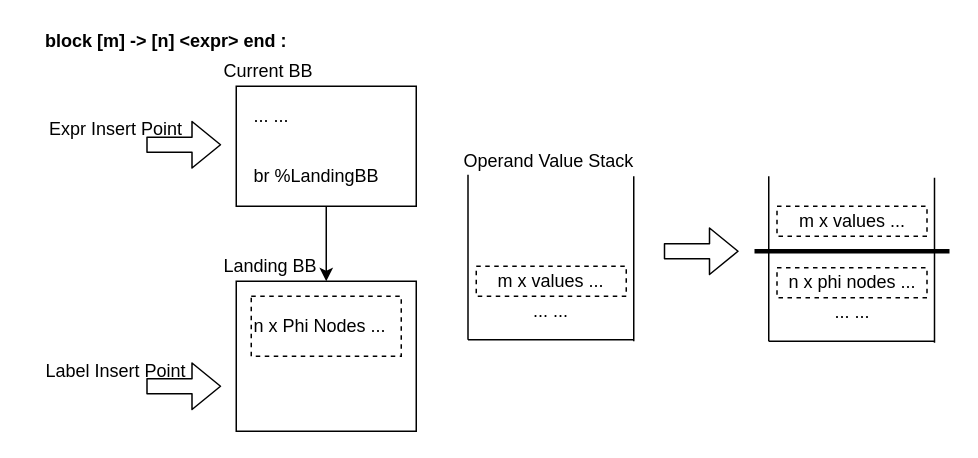
This is Images/4.MIR/translate-block.drawio from NineKa/sable-wasm-thesis, a draw.io file, before an edit. Source tidied: cells renumbered, new cells numbered last; positions are measured from the earlier drawing's top-left corner, leaving out a move shared by most shapes. Both pictures are drawn from the tidied source at 150%, with x=0, y=0 at pixel (40, 26).
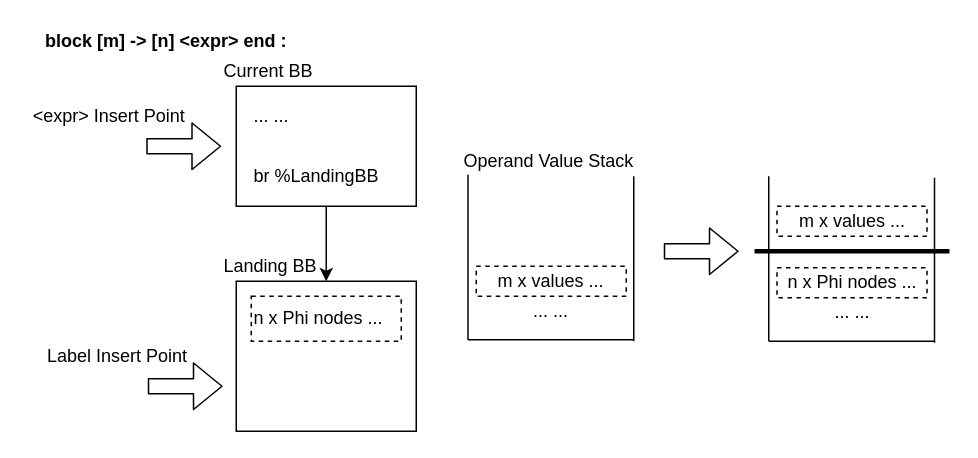
The same diagram, later.

What changed in the source:
```diff
@@
-    <mxCell id="8" value="n x Phi Nodes ..." style="rounded=0;whiteSpace=wrap;html=1;dashed=1;align=left;" parent="1" vertex="1">
-      <mxGeometry x="140" y="180" width="100" height="40" as="geometry" />
+    <mxCell id="8" value="n x Phi nodes ..." style="rounded=0;whiteSpace=wrap;html=1;dashed=1;align=left;" parent="1" vertex="1">
+      <mxGeometry x="140" y="180" width="100" height="30" as="geometry" />
     </mxCell>
     <mxCell id="9" style="shape=flexArrow;endArrow=classic;html=1;" parent="1" edge="1">
       <mxGeometry relative="1" as="geometry">
-        <mxPoint x="70" y="240" as="sourcePoint" />
-        <mxPoint x="120" y="240" as="targetPoint" />
+        <mxPoint x="71" y="240" as="sourcePoint" />
+        <mxPoint x="121" y="240" as="targetPoint" />
       </mxGeometry>
     </mxCell>
     <mxCell id="10" value="Label Insert Point" style="text;html=1;strokeColor=none;fillColor=none;align=center;verticalAlign=middle;whiteSpace=wrap;rounded=0;dashed=1;" parent="1" vertex="1">
-      <mxGeometry y="220" width="100" height="20" as="geometry" />
+      <mxGeometry x="1" y="209.8" width="100" height="20" as="geometry" />
     </mxCell>
     <mxCell id="11" style="shape=flexArrow;endArrow=classic;html=1;" parent="1" edge="1">
       <mxGeometry relative="1" as="geometry">
-        <mxPoint x="70" y="79" as="sourcePoint" />
-        <mxPoint x="120" y="79" as="targetPoint" />
+        <mxPoint x="70" y="80" as="sourcePoint" />
+        <mxPoint x="120" y="80" as="targetPoint" />
       </mxGeometry>
     </mxCell>
-    <mxCell id="12" value="Expr Insert Point" style="text;html=1;strokeColor=none;fillColor=none;align=center;verticalAlign=middle;whiteSpace=wrap;rounded=0;dashed=1;" parent="1" vertex="1">
-      <mxGeometry y="59" width="100" height="20" as="geometry" />
+    <mxCell id="12" value="&amp;lt;expr&amp;gt; Insert Point" style="text;html=1;strokeColor=none;fillColor=none;align=center;verticalAlign=middle;whiteSpace=wrap;rounded=0;dashed=1;" parent="1" vertex="1">
+      <mxGeometry x="-10" y="50" width="111" height="20" as="geometry" />
     </mxCell>
@@
-    <mxCell id="27" value="&lt;div align=&quot;center&quot;&gt;n x phi nodes ...&lt;br&gt;&lt;/div&gt;" style="rounded=0;whiteSpace=wrap;html=1;dashed=1;align=center;" parent="1" vertex="1">
+    <mxCell id="27" value="&lt;div align=&quot;center&quot;&gt;n x Phi nodes ...&lt;br&gt;&lt;/div&gt;" style="rounded=0;whiteSpace=wrap;html=1;dashed=1;align=center;" parent="1" vertex="1">
       <mxGeometry x="490.5" y="161" width="100" height="20" as="geometry" />
     </mxCell>
```
